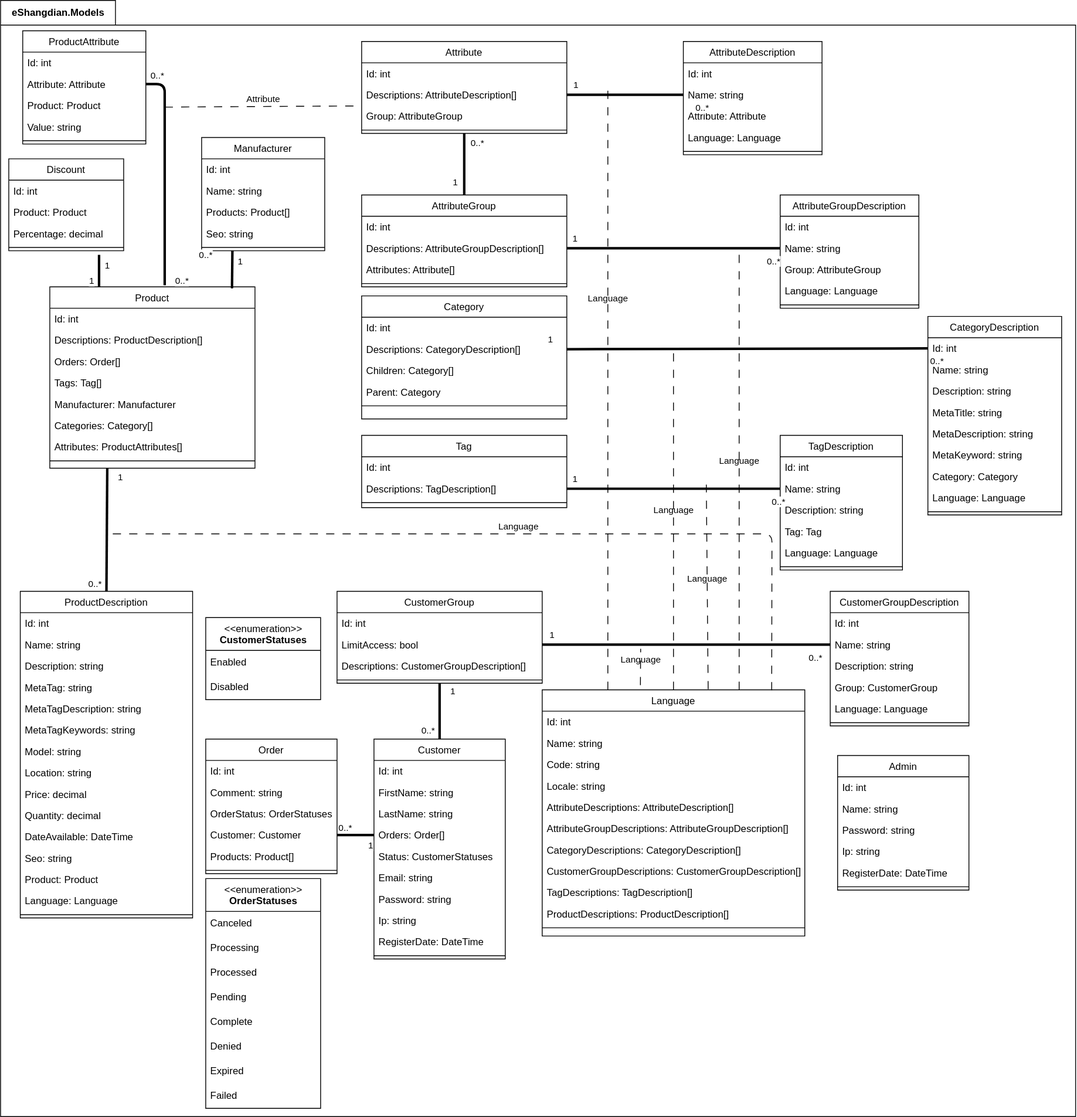
The draw.io diagram eShangdian.drawio.svg in tsziming/eShangdian, before a commit. Source tidied: cells renumbered, new cells last; positions are measured from the earlier drawing's top-left corner, leaving out a move shared by most shapes.
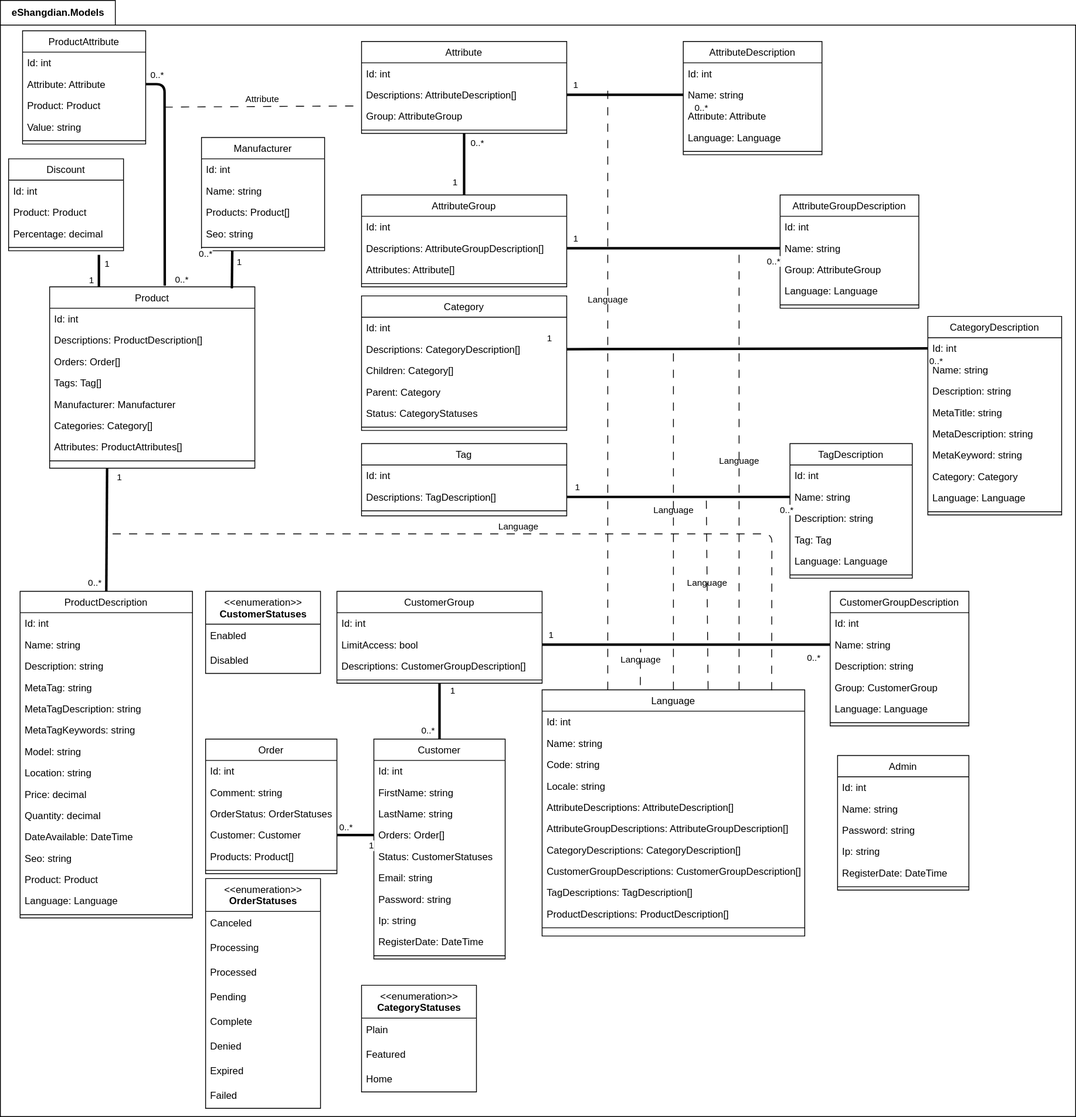
The same file after the commit.

Commit message:
Update eShangdian.drawio.svg (+category status)

What changed in the source:
```diff
@@ -227,7 +227,7 @@
       </mxGeometry>
     </mxCell>
     <mxCell id="70" value="Category" style="swimlane;fontStyle=0;align=center;verticalAlign=top;horizontal=1;startSize=26;rounded=0;shadow=0;strokeWidth=1;" parent="2" vertex="1">
-      <mxGeometry x="440" y="360" width="250" height="150" as="geometry" />
+      <mxGeometry x="440" y="360" width="250" height="164" as="geometry" />
     </mxCell>
     <mxCell id="71" value="Id: int" style="text;align=left;verticalAlign=top;spacingLeft=4;spacingRight=4;overflow=hidden;" parent="70" vertex="1">
       <mxGeometry y="26" width="250" height="26" as="geometry" />
@@ -241,8 +241,11 @@
     <mxCell id="74" value="Parent: Category" style="text;align=left;verticalAlign=top;spacingLeft=4;spacingRight=4;overflow=hidden;" parent="70" vertex="1">
       <mxGeometry y="104" width="250" height="26" as="geometry" />
     </mxCell>
+    <mxCell id="198" value="Status: CategoryStatuses" style="text;align=left;verticalAlign=top;spacingLeft=4;spacingRight=4;overflow=hidden;" parent="70" vertex="1">
+      <mxGeometry y="130" width="250" height="26" as="geometry" />
+    </mxCell>
     <mxCell id="75" style="line;html=1;strokeWidth=1;align=left;verticalAlign=middle;spacingTop=-1;spacingLeft=3;spacingRight=3;labelPosition=right;" parent="70" vertex="1">
-      <mxGeometry y="130" width="250" height="8" as="geometry" />
+      <mxGeometry y="156" width="250" height="8" as="geometry" />
     </mxCell>
     <mxCell id="76" value="Language" style="swimlane;fontStyle=0;align=center;verticalAlign=top;horizontal=1;startSize=26;rounded=0;shadow=0;strokeWidth=1;" parent="2" vertex="1">
       <mxGeometry x="660" y="840" width="320" height="300" as="geometry" />
@@ -385,7 +388,7 @@
       </mxGeometry>
     </mxCell>
     <mxCell id="120" value="Tag" style="swimlane;fontStyle=0;align=center;verticalAlign=top;horizontal=1;startSize=26;rounded=0;shadow=0;strokeWidth=1;" parent="2" vertex="1">
-      <mxGeometry x="440" y="530" width="250" height="88" as="geometry" />
+      <mxGeometry x="440" y="540" width="250" height="88" as="geometry" />
     </mxCell>
     <mxCell id="121" value="Id: int" style="text;align=left;verticalAlign=top;spacingLeft=4;spacingRight=4;overflow=hidden;" parent="120" vertex="1">
       <mxGeometry y="26" width="250" height="26" as="geometry" />
@@ -397,7 +400,7 @@
       <mxGeometry y="78" width="250" height="8" as="geometry" />
     </mxCell>
     <mxCell id="124" value="TagDescription" style="swimlane;fontStyle=0;align=center;verticalAlign=top;horizontal=1;startSize=26;rounded=0;shadow=0;strokeWidth=1;" parent="2" vertex="1">
-      <mxGeometry x="950" y="530" width="149" height="164" as="geometry" />
+      <mxGeometry x="962" y="540" width="149" height="164" as="geometry" />
     </mxCell>
     <mxCell id="125" value="Id: int" style="text;align=left;verticalAlign=top;spacingLeft=4;spacingRight=4;overflow=hidden;" parent="124" vertex="1">
       <mxGeometry y="26" width="149" height="26" as="geometry" />
@@ -584,9 +587,8 @@
     <mxCell id="181" style="line;html=1;strokeWidth=1;align=left;verticalAlign=middle;spacingTop=-1;spacingLeft=3;spacingRight=3;labelPosition=right;" parent="176" vertex="1">
       <mxGeometry y="130" width="150" height="8" as="geometry" />
     </mxCell>
-    <mxCell id="182" style="endArrow=none;startArrow=none;endFill=0;startFill=0;endSize=8;html=1;verticalAlign=bottom;labelBackgroundColor=none;strokeWidth=3;exitX=1;exitY=0.5;exitDx=0;exitDy=0;" parent="2" edge="1" source="178">
+    <mxCell id="182" style="endArrow=none;startArrow=none;endFill=0;startFill=0;endSize=8;html=1;verticalAlign=bottom;labelBackgroundColor=none;strokeWidth=3;exitX=1;exitY=0.5;exitDx=0;exitDy=0;entryX=0.561;entryY=-0.006;entryDx=0;entryDy=0;entryPerimeter=0;" parent="2" edge="1" source="178" target="134">
       <mxGeometry relative="1" as="geometry">
-        <mxPoint x="200" y="347" as="targetPoint" />
         <Array as="points">
           <mxPoint x="200" y="102" />
         </Array>
@@ -603,7 +605,7 @@
       </mxGeometry>
     </mxCell>
     <mxCell id="185" value="&amp;lt;&amp;lt;enumeration&amp;gt;&amp;gt;&lt;br&gt;&lt;b&gt;CustomerStatuses&lt;/b&gt;" style="swimlane;fontStyle=0;align=center;verticalAlign=top;horizontal=1;startSize=40;html=1;" parent="2" vertex="1">
-      <mxGeometry x="250" y="752" width="140" height="100" as="geometry" />
+      <mxGeometry x="250" y="720" width="140" height="100" as="geometry" />
     </mxCell>
     <mxCell id="186" value="Enabled" style="text;html=1;strokeColor=none;fillColor=none;align=left;verticalAlign=middle;spacingLeft=4;spacingRight=4;overflow=hidden;" parent="185" vertex="1">
       <mxGeometry y="40" width="140" height="30" as="geometry" />
@@ -611,6 +613,18 @@
     <mxCell id="187" value="Disabled" style="text;html=1;strokeColor=none;fillColor=none;align=left;verticalAlign=middle;spacingLeft=4;spacingRight=4;overflow=hidden;" parent="185" vertex="1">
       <mxGeometry y="70" width="140" height="30" as="geometry" />
     </mxCell>
+    <mxCell id="199" value="&amp;lt;&amp;lt;enumeration&amp;gt;&amp;gt;&lt;br&gt;&lt;b&gt;CategoryStatuses&lt;/b&gt;" style="swimlane;fontStyle=0;align=center;verticalAlign=top;horizontal=1;startSize=40;html=1;" parent="2" vertex="1">
+      <mxGeometry x="440" y="1200" width="140" height="130" as="geometry" />
+    </mxCell>
+    <mxCell id="200" value="Plain" style="text;html=1;strokeColor=none;fillColor=none;align=left;verticalAlign=middle;spacingLeft=4;spacingRight=4;overflow=hidden;" parent="199" vertex="1">
+      <mxGeometry y="40" width="140" height="30" as="geometry" />
+    </mxCell>
+    <mxCell id="201" value="Featured" style="text;html=1;strokeColor=none;fillColor=none;align=left;verticalAlign=middle;spacingLeft=4;spacingRight=4;overflow=hidden;" parent="199" vertex="1">
+      <mxGeometry y="70" width="140" height="30" as="geometry" />
+    </mxCell>
+    <mxCell id="202" value="Home" style="text;html=1;strokeColor=none;fillColor=none;align=left;verticalAlign=middle;spacingLeft=4;spacingRight=4;overflow=hidden;" parent="199" vertex="1">
+      <mxGeometry y="100" width="140" height="30" as="geometry" />
+    </mxCell>
     <mxCell id="188" value="Language" style="endArrow=none;startArrow=none;endFill=0;startFill=0;endSize=8;html=1;verticalAlign=bottom;dashed=1;labelBackgroundColor=none;dashPattern=10 10;exitX=0.5;exitY=0;exitDx=0;exitDy=0;" parent="1" edge="1" source="76">
       <mxGeometry relative="1" as="geometry">
         <mxPoint x="820" y="420" as="targetPoint" />
@@ -633,7 +647,7 @@
     </mxCell>
     <mxCell id="192" value="Language" style="endArrow=none;startArrow=none;endFill=0;startFill=0;endSize=8;html=1;verticalAlign=bottom;dashed=1;labelBackgroundColor=none;dashPattern=10 10;exitX=0.632;exitY=-0.002;exitDx=0;exitDy=0;exitPerimeter=0;" parent="1" edge="1" source="76">
       <mxGeometry relative="1" as="geometry">
-        <mxPoint x="860" y="590" as="targetPoint" />
+        <mxPoint x="860" y="600" as="targetPoint" />
       </mxGeometry>
     </mxCell>
     <mxCell id="193" style="endArrow=none;startArrow=none;endFill=0;startFill=0;endSize=8;html=1;verticalAlign=bottom;labelBackgroundColor=none;strokeWidth=3;entryX=0.25;entryY=0;entryDx=0;entryDy=0;" parent="1" edge="1">
```
